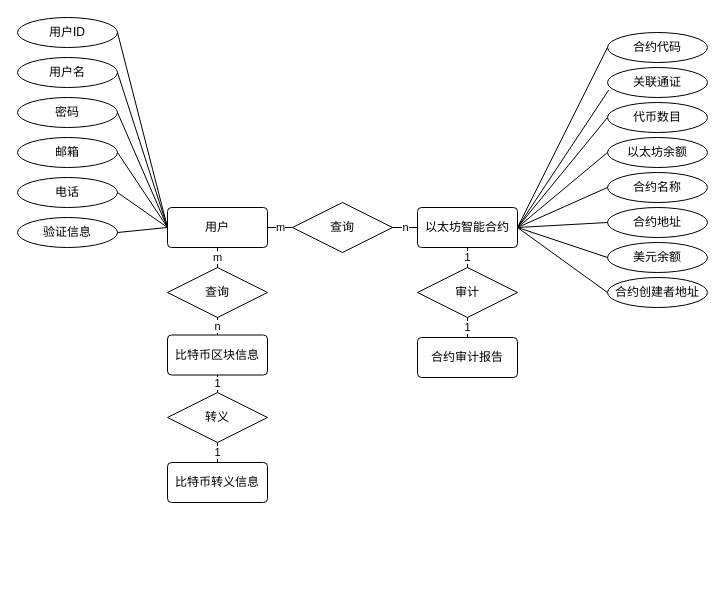
The draw.io diagram er.drawio in wang2gua/test, before the edit. Source tidied: cells renumbered, new cells numbered last; positions are measured from the earlier drawing's top-left corner, leaving out a move shared by most shapes. Both pictures are drawn from the tidied source at 100%, with x=0, y=0 at pixel (17, 17).
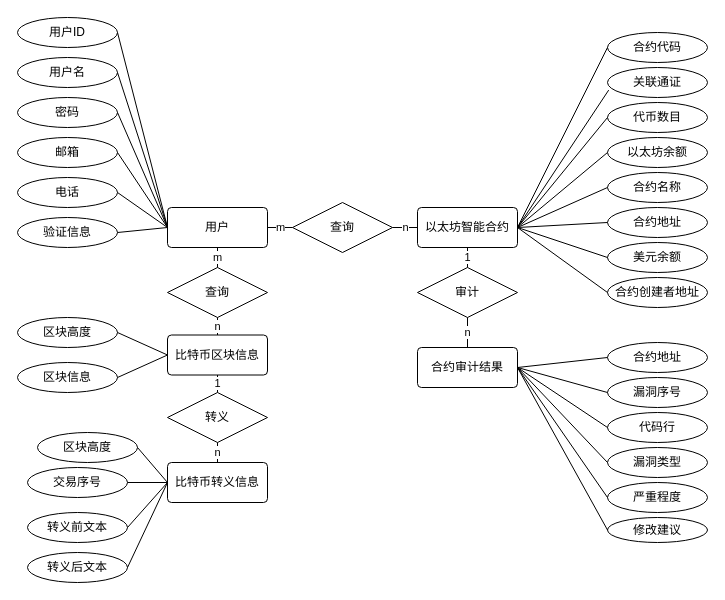
After the change.

Unchanged cells that the change refers to:
```xml
<mxCell id="4" value="审计" style="rhombus;whiteSpace=wrap;html=1;" parent="1" vertex="1">
  <mxGeometry x="400" y="250" width="100" height="50" as="geometry" />
</mxCell>
<mxCell id="7" value="比特币区块信息" style="rounded=1;arcSize=10;whiteSpace=wrap;html=1;align=center;" parent="1" vertex="1">
  <mxGeometry x="150" y="317.5" width="100" height="40" as="geometry" />
</mxCell>
<mxCell id="8" value="比特币转义信息" style="rounded=1;arcSize=10;whiteSpace=wrap;html=1;align=center;" parent="1" vertex="1">
  <mxGeometry x="150" y="445" width="100" height="40" as="geometry" />
</mxCell>
<mxCell id="38" value="转义" style="rhombus;whiteSpace=wrap;html=1;" parent="1" vertex="1">
  <mxGeometry x="150" y="375" width="100" height="50" as="geometry" />
</mxCell>
```

What changed in the source:
```diff
@@
-    <mxCell id="6" value="合约审计报告" style="rounded=1;arcSize=10;whiteSpace=wrap;html=1;align=center;" parent="1" vertex="1">
-      <mxGeometry x="400" y="320" width="100" height="40" as="geometry" />
+    <mxCell id="6" value="合约审计结果" style="rounded=1;arcSize=10;whiteSpace=wrap;html=1;align=center;" parent="1" vertex="1">
+      <mxGeometry x="400" y="330" width="100" height="40" as="geometry" />
     </mxCell>
@@
-    <mxCell id="42" value="1" style="endArrow=none;html=1;entryX=0.5;entryY=0;entryDx=0;entryDy=0;exitX=0.5;exitY=1;exitDx=0;exitDy=0;" parent="1" edge="1" source="4" target="6">
+    <mxCell id="42" value="n" style="endArrow=none;html=1;entryX=0.5;entryY=0;entryDx=0;entryDy=0;exitX=0.5;exitY=1;exitDx=0;exitDy=0;" parent="1" edge="1" source="4" target="6">
       <mxGeometry relative="1" as="geometry" />
     </mxCell>
@@
-    <mxCell id="46" value="1" style="endArrow=none;html=1;entryX=0.5;entryY=1;entryDx=0;entryDy=0;exitX=0.5;exitY=0;exitDx=0;exitDy=0;" parent="1" edge="1" source="8" target="38">
+    <mxCell id="46" value="n" style="endArrow=none;html=1;entryX=0.5;entryY=1;entryDx=0;entryDy=0;exitX=0.5;exitY=0;exitDx=0;exitDy=0;" parent="1" edge="1" source="8" target="38">
       <mxGeometry relative="1" as="geometry" />
     </mxCell>
+    <mxCell id="47" value="合约地址" style="ellipse;whiteSpace=wrap;html=1;align=center;" parent="1" vertex="1">
+      <mxGeometry x="590" y="325" width="100" height="30" as="geometry" />
+    </mxCell>
+    <mxCell id="48" value="漏洞序号" style="ellipse;whiteSpace=wrap;html=1;align=center;" parent="1" vertex="1">
+      <mxGeometry x="590" y="360" width="100" height="30" as="geometry" />
+    </mxCell>
+    <mxCell id="49" value="代码行" style="ellipse;whiteSpace=wrap;html=1;align=center;" parent="1" vertex="1">
+      <mxGeometry x="590" y="395" width="100" height="30" as="geometry" />
+    </mxCell>
+    <mxCell id="50" value="漏洞类型" style="ellipse;whiteSpace=wrap;html=1;align=center;" parent="1" vertex="1">
+      <mxGeometry x="590" y="430" width="100" height="30" as="geometry" />
+    </mxCell>
+    <mxCell id="51" value="严重程度" style="ellipse;whiteSpace=wrap;html=1;align=center;" parent="1" vertex="1">
+      <mxGeometry x="590" y="465" width="100" height="30" as="geometry" />
+    </mxCell>
+    <mxCell id="52" value="修改建议" style="ellipse;whiteSpace=wrap;html=1;align=center;" parent="1" vertex="1">
+      <mxGeometry x="590" y="500" width="100" height="25" as="geometry" />
+    </mxCell>
+    <mxCell id="53" value="区块高度" style="ellipse;whiteSpace=wrap;html=1;align=center;" parent="1" vertex="1">
+      <mxGeometry y="300" width="100" height="30" as="geometry" />
+    </mxCell>
+    <mxCell id="54" value="区块信息" style="ellipse;whiteSpace=wrap;html=1;align=center;" parent="1" vertex="1">
+      <mxGeometry y="345" width="100" height="30" as="geometry" />
+    </mxCell>
+    <mxCell id="55" value="转义后文本" style="ellipse;whiteSpace=wrap;html=1;align=center;" parent="1" vertex="1">
+      <mxGeometry x="10" y="535" width="100" height="30" as="geometry" />
+    </mxCell>
+    <mxCell id="56" value="转义前文本" style="ellipse;whiteSpace=wrap;html=1;align=center;" parent="1" vertex="1">
+      <mxGeometry x="10" y="495" width="100" height="30" as="geometry" />
+    </mxCell>
+    <mxCell id="57" value="交易序号" style="ellipse;whiteSpace=wrap;html=1;align=center;" parent="1" vertex="1">
+      <mxGeometry x="10" y="450" width="100" height="30" as="geometry" />
+    </mxCell>
+    <mxCell id="58" value="区块高度" style="ellipse;whiteSpace=wrap;html=1;align=center;" parent="1" vertex="1">
+      <mxGeometry x="20" y="415" width="100" height="30" as="geometry" />
+    </mxCell>
+    <mxCell id="59" style="endArrow=none;html=1;exitX=1;exitY=0.5;exitDx=0;exitDy=0;entryX=0;entryY=0.5;entryDx=0;entryDy=0;" parent="1" edge="1" source="53" target="7">
+      <mxGeometry relative="1" as="geometry" />
+    </mxCell>
+    <mxCell id="60" style="endArrow=none;html=1;exitX=1;exitY=0.5;exitDx=0;exitDy=0;entryX=0;entryY=0.5;entryDx=0;entryDy=0;" parent="1" edge="1" source="54" target="7">
+      <mxGeometry relative="1" as="geometry" />
+    </mxCell>
+    <mxCell id="61" style="endArrow=none;html=1;exitX=1;exitY=0.5;exitDx=0;exitDy=0;entryX=0;entryY=0.5;entryDx=0;entryDy=0;" parent="1" edge="1" source="58" target="8">
+      <mxGeometry relative="1" as="geometry" />
+    </mxCell>
+    <mxCell id="62" style="endArrow=none;html=1;exitX=1;exitY=0.5;exitDx=0;exitDy=0;entryX=0;entryY=0.5;entryDx=0;entryDy=0;" parent="1" edge="1" source="57" target="8">
+      <mxGeometry relative="1" as="geometry" />
+    </mxCell>
+    <mxCell id="63" style="endArrow=none;html=1;exitX=1;exitY=0.5;exitDx=0;exitDy=0;" parent="1" edge="1" source="56">
+      <mxGeometry relative="1" as="geometry">
+        <mxPoint x="150" y="465" as="targetPoint" />
+      </mxGeometry>
+    </mxCell>
+    <mxCell id="64" style="endArrow=none;html=1;exitX=1;exitY=0.5;exitDx=0;exitDy=0;entryX=0;entryY=0.5;entryDx=0;entryDy=0;" parent="1" edge="1" source="55" target="8">
+      <mxGeometry relative="1" as="geometry" />
+    </mxCell>
+    <mxCell id="65" style="endArrow=none;html=1;exitX=1;exitY=0.5;exitDx=0;exitDy=0;entryX=0;entryY=0.5;entryDx=0;entryDy=0;" parent="1" edge="1" source="6" target="47">
+      <mxGeometry relative="1" as="geometry" />
+    </mxCell>
+    <mxCell id="66" style="endArrow=none;html=1;exitX=1;exitY=0.5;exitDx=0;exitDy=0;entryX=0;entryY=0.5;entryDx=0;entryDy=0;" parent="1" edge="1" source="6" target="52">
+      <mxGeometry relative="1" as="geometry" />
+    </mxCell>
+    <mxCell id="67" style="endArrow=none;html=1;exitX=1;exitY=0.5;exitDx=0;exitDy=0;entryX=0;entryY=0.5;entryDx=0;entryDy=0;" parent="1" edge="1" source="6" target="48">
+      <mxGeometry relative="1" as="geometry" />
+    </mxCell>
+    <mxCell id="68" style="endArrow=none;html=1;exitX=1;exitY=0.5;exitDx=0;exitDy=0;entryX=0;entryY=0.5;entryDx=0;entryDy=0;" parent="1" edge="1" source="6" target="49">
+      <mxGeometry relative="1" as="geometry" />
+    </mxCell>
+    <mxCell id="69" style="endArrow=none;html=1;exitX=1;exitY=0.5;exitDx=0;exitDy=0;entryX=0;entryY=0.5;entryDx=0;entryDy=0;" parent="1" edge="1" source="6" target="50">
+      <mxGeometry relative="1" as="geometry" />
+    </mxCell>
+    <mxCell id="70" style="endArrow=none;html=1;exitX=1;exitY=0.5;exitDx=0;exitDy=0;entryX=0;entryY=0.5;entryDx=0;entryDy=0;" parent="1" edge="1" source="6" target="51">
+      <mxGeometry relative="1" as="geometry" />
+    </mxCell>
```
